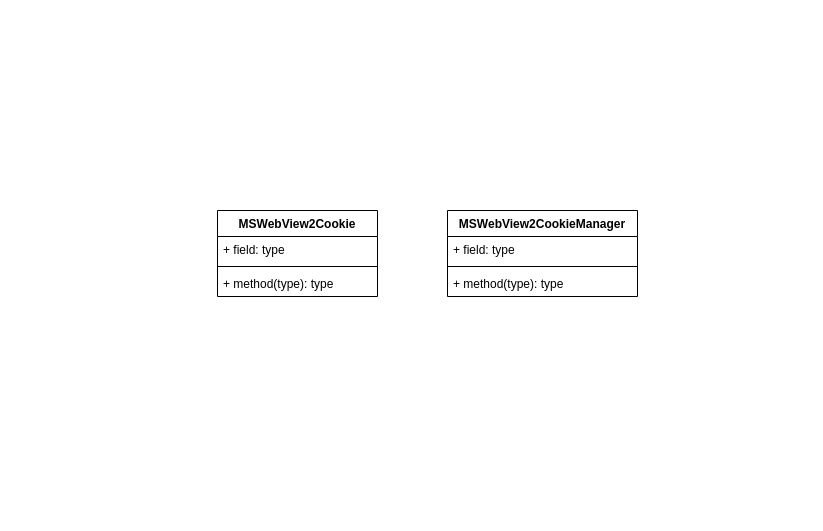
SamuelQZQ/skynet keeps this draw.io diagram as Untitled Diagram.drawio. Above is the earlier version. Source tidied: cells renumbered, new cells numbered last; positions are measured from the earlier drawing's top-left corner, leaving out a move shared by most shapes. Both pictures are drawn from the tidied source at 100%, with x=0, y=0 at pixel (217, 210).
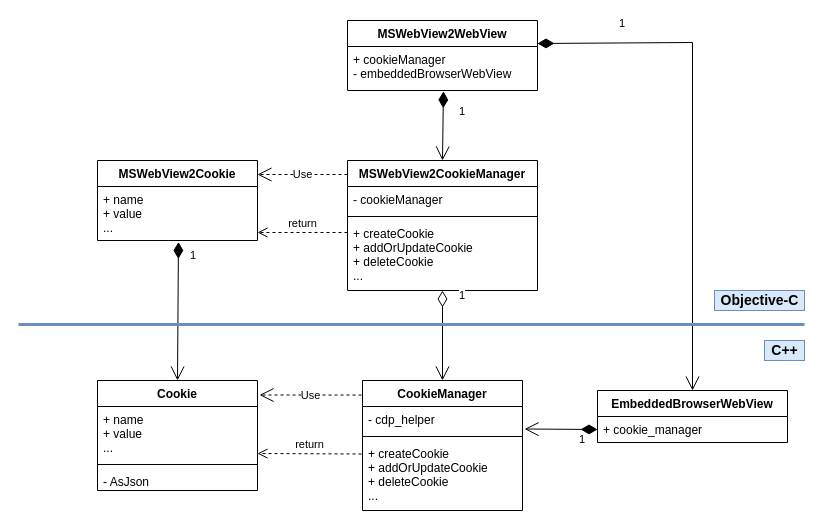
After the change.

Commit message:
WebView2 Cookie API.drawio

What changed in the source:
```diff
@@
     <mxCell id="2" value="MSWebView2Cookie" style="swimlane;fontStyle=1;align=center;verticalAlign=top;horizontal=1;startSize=26;" parent="1" vertex="1">
-      <mxGeometry width="160" height="86" as="geometry" />
+      <mxGeometry x="-120" y="-50" width="160" height="80" as="geometry" />
     </mxCell>
-    <mxCell id="3" value="+ field: type" style="text;strokeColor=none;fillColor=none;align=left;verticalAlign=top;spacingLeft=4;spacingRight=4;overflow=hidden;points=[[0,0.5],[1,0.5]];portConstraint=eastwest;" parent="2" vertex="1">
-      <mxGeometry y="26" width="160" height="26" as="geometry" />
+    <mxCell id="3" value="+ name&#10;+ value&#10;..." style="text;strokeColor=none;fillColor=none;align=left;verticalAlign=top;spacingLeft=4;spacingRight=4;overflow=hidden;points=[[0,0.5],[1,0.5]];portConstraint=eastwest;" parent="2" vertex="1">
+      <mxGeometry y="26" width="160" height="54" as="geometry" />
     </mxCell>
-    <mxCell id="4" style="line;strokeWidth=1;fillColor=none;align=left;verticalAlign=middle;spacingTop=-1;spacingLeft=3;spacingRight=3;labelPosition=right;" parent="2" vertex="1">
-      <mxGeometry y="52" width="160" height="8" as="geometry" />
-    </mxCell>
-    <mxCell id="5" value="+ method(type): type" style="text;strokeColor=none;fillColor=none;align=left;verticalAlign=top;spacingLeft=4;spacingRight=4;overflow=hidden;" parent="2" vertex="1">
-      <mxGeometry y="60" width="160" height="26" as="geometry" />
-    </mxCell>
     <mxCell id="6" value="MSWebView2CookieManager" style="swimlane;fontStyle=1;align=center;verticalAlign=top;horizontal=1;startSize=26;" parent="1" vertex="1">
-      <mxGeometry x="230" width="190" height="86" as="geometry" />
+      <mxGeometry x="130" y="-50" width="190" height="130" as="geometry" />
     </mxCell>
-    <mxCell id="7" value="+ field: type" style="text;strokeColor=none;fillColor=none;align=left;verticalAlign=top;spacingLeft=4;spacingRight=4;overflow=hidden;" parent="6" vertex="1">
+    <mxCell id="7" value="- cookieManager" style="text;strokeColor=none;fillColor=none;align=left;verticalAlign=top;spacingLeft=4;spacingRight=4;overflow=hidden;" parent="6" vertex="1">
       <mxGeometry y="26" width="190" height="26" as="geometry" />
     </mxCell>
@@
-    <mxCell id="9" value="+ method(type): type" style="text;strokeColor=none;fillColor=none;align=left;verticalAlign=top;spacingLeft=4;spacingRight=4;overflow=hidden;" parent="6" vertex="1">
-      <mxGeometry y="60" width="190" height="26" as="geometry" />
+    <mxCell id="9" value="+ createCookie&#10;+ addOrUpdateCookie&#10;+ deleteCookie&#10;..." style="text;strokeColor=none;fillColor=none;align=left;verticalAlign=top;spacingLeft=4;spacingRight=4;overflow=hidden;" parent="6" vertex="1">
+      <mxGeometry y="60" width="190" height="70" as="geometry" />
     </mxCell>
+    <mxCell id="10" value="Cookie" style="swimlane;fontStyle=1;align=center;verticalAlign=top;horizontal=1;startSize=26;" parent="1" vertex="1">
+      <mxGeometry x="-120" y="170" width="160" height="110" as="geometry" />
+    </mxCell>
+    <mxCell id="11" value="+ name&#10;+ value&#10;..." style="text;strokeColor=none;fillColor=none;align=left;verticalAlign=top;spacingLeft=4;spacingRight=4;overflow=hidden;" parent="10" vertex="1">
+      <mxGeometry y="26" width="160" height="54" as="geometry" />
+    </mxCell>
+    <mxCell id="12" style="line;strokeWidth=1;fillColor=none;align=left;verticalAlign=middle;spacingTop=-1;spacingLeft=3;spacingRight=3;labelPosition=right;" parent="10" vertex="1">
+      <mxGeometry y="80" width="160" height="8" as="geometry" />
+    </mxCell>
+    <mxCell id="13" value="- AsJson" style="text;strokeColor=none;fillColor=none;align=left;verticalAlign=top;spacingLeft=4;spacingRight=4;overflow=hidden;" parent="10" vertex="1">
+      <mxGeometry y="88" width="160" height="22" as="geometry" />
+    </mxCell>
+    <mxCell id="14" value="CookieManager" style="swimlane;fontStyle=1;align=center;verticalAlign=top;horizontal=1;startSize=26;" parent="1" vertex="1">
+      <mxGeometry x="145" y="170" width="160" height="130" as="geometry" />
+    </mxCell>
+    <mxCell id="15" value="- cdp_helper" style="text;strokeColor=none;fillColor=none;align=left;verticalAlign=top;spacingLeft=4;spacingRight=4;overflow=hidden;points=[[0,0.5],[1,0.5]];portConstraint=eastwest;" parent="14" vertex="1">
+      <mxGeometry y="26" width="160" height="26" as="geometry" />
+    </mxCell>
+    <mxCell id="4" style="line;strokeWidth=1;fillColor=none;align=left;verticalAlign=middle;spacingTop=-1;spacingLeft=3;spacingRight=3;labelPosition=right;" parent="14" vertex="1">
+      <mxGeometry y="52" width="160" height="8" as="geometry" />
+    </mxCell>
+    <mxCell id="16" value="+ createCookie&#10;+ addOrUpdateCookie&#10;+ deleteCookie&#10;..." style="text;strokeColor=none;fillColor=none;align=left;verticalAlign=top;spacingLeft=4;spacingRight=4;overflow=hidden;points=[[0,0.5],[1,0.5]];portConstraint=eastwest;" parent="14" vertex="1">
+      <mxGeometry y="60" width="160" height="70" as="geometry" />
+    </mxCell>
+    <mxCell id="17" value="1" style="endArrow=open;html=1;endSize=12;startArrow=diamondThin;startSize=14;startFill=1;align=left;verticalAlign=bottom;rounded=0;entryX=0.5;entryY=0;entryDx=0;entryDy=0;exitX=0.506;exitY=1.028;exitDx=0;exitDy=0;exitPerimeter=0;" parent="1" edge="1" source="3" target="10">
+      <mxGeometry x="-0.68" y="10" relative="1" as="geometry" />
+    </mxCell>
+    <mxCell id="18" value="1" style="endArrow=open;html=1;endSize=12;startArrow=diamondThin;startSize=14;startFill=0;align=left;verticalAlign=bottom;rounded=0;entryX=0.5;entryY=0;entryDx=0;entryDy=0;" parent="1" edge="1" target="14">
+      <mxGeometry x="-0.69" y="15" relative="1" as="geometry">
+        <mxPoint x="225" y="80" as="sourcePoint" />
+      </mxGeometry>
+    </mxCell>
+    <mxCell id="19" value="MSWebView2WebView" style="swimlane;fontStyle=1;align=center;verticalAlign=top;horizontal=1;startSize=26;" parent="1" vertex="1">
+      <mxGeometry x="130" y="-190" width="190" height="70" as="geometry" />
+    </mxCell>
+    <mxCell id="20" value="+ cookieManager&#10;- embeddedBrowserWebView" style="text;strokeColor=none;fillColor=none;align=left;verticalAlign=top;spacingLeft=4;spacingRight=4;overflow=hidden;points=[[0,0.5],[1,0.5]];portConstraint=eastwest;" parent="19" vertex="1">
+      <mxGeometry y="26" width="190" height="44" as="geometry" />
+    </mxCell>
+    <mxCell id="21" value="1" style="endArrow=open;html=1;endSize=12;startArrow=diamondThin;startSize=14;startFill=1;align=left;verticalAlign=bottom;rounded=0;entryX=0.5;entryY=0;entryDx=0;entryDy=0;exitX=0.505;exitY=1.019;exitDx=0;exitDy=0;exitPerimeter=0;" parent="1" edge="1" source="20" target="6">
+      <mxGeometry x="-0.16" y="14" relative="1" as="geometry" />
+    </mxCell>
+    <mxCell id="22" value="EmbeddedBrowserWebView" style="swimlane;fontStyle=1;align=center;verticalAlign=top;horizontal=1;startSize=26;" parent="1" vertex="1">
+      <mxGeometry x="380" y="180" width="190" height="52" as="geometry" />
+    </mxCell>
+    <mxCell id="23" value="+ cookie_manager" style="text;strokeColor=none;fillColor=none;align=left;verticalAlign=top;spacingLeft=4;spacingRight=4;overflow=hidden;points=[[0,0.5],[1,0.5]];portConstraint=eastwest;" parent="22" vertex="1">
+      <mxGeometry y="26" width="190" height="26" as="geometry" />
+    </mxCell>
+    <mxCell id="24" value="1" style="endArrow=open;html=1;endSize=12;startArrow=diamondThin;startSize=14;startFill=1;align=left;verticalAlign=bottom;rounded=0;entryX=0.5;entryY=0;entryDx=0;entryDy=0;exitX=1;exitY=0.5;exitDx=0;exitDy=0;" parent="1" edge="1" target="22">
+      <mxGeometry x="-0.68" y="10" relative="1" as="geometry">
+        <mxPoint x="320" y="-167" as="sourcePoint" />
+        <Array as="points">
+          <mxPoint x="475" y="-168" />
+        </Array>
+      </mxGeometry>
+    </mxCell>
+    <mxCell id="25" value="1" style="endArrow=open;html=1;endSize=12;startArrow=diamondThin;startSize=14;startFill=1;align=left;verticalAlign=bottom;rounded=0;exitX=0;exitY=0.5;exitDx=0;exitDy=0;entryX=1.013;entryY=0.865;entryDx=0;entryDy=0;entryPerimeter=0;" parent="1" edge="1" source="23" target="15">
+      <mxGeometry x="-0.44" y="19" relative="1" as="geometry" />
+    </mxCell>
+    <mxCell id="26" value="Use" style="endArrow=open;endSize=12;dashed=1;html=1;rounded=0;" parent="1" edge="1">
+      <mxGeometry relative="1" as="geometry">
+        <mxPoint x="130" y="-36" as="sourcePoint" />
+        <mxPoint x="40" y="-36" as="targetPoint" />
+      </mxGeometry>
+    </mxCell>
+    <mxCell id="27" value="return" style="html=1;verticalAlign=bottom;endArrow=open;dashed=1;endSize=8;rounded=0;" parent="1" edge="1">
+      <mxGeometry relative="1" as="geometry">
+        <mxPoint x="130" y="22" as="sourcePoint" />
+        <mxPoint x="40" y="22" as="targetPoint" />
+      </mxGeometry>
+    </mxCell>
+    <mxCell id="28" value="Use" style="endArrow=open;endSize=12;dashed=1;html=1;rounded=0;entryX=1.013;entryY=0.132;entryDx=0;entryDy=0;entryPerimeter=0;exitX=-0.006;exitY=0.112;exitDx=0;exitDy=0;exitPerimeter=0;" parent="1" edge="1" source="14" target="10">
+      <mxGeometry relative="1" as="geometry" />
+    </mxCell>
+    <mxCell id="29" value="return" style="html=1;verticalAlign=bottom;endArrow=open;dashed=1;endSize=8;rounded=0;exitX=-0.006;exitY=0.193;exitDx=0;exitDy=0;exitPerimeter=0;" parent="1" edge="1" source="16">
+      <mxGeometry relative="1" as="geometry">
+        <mxPoint x="40" y="243" as="targetPoint" />
+      </mxGeometry>
+    </mxCell>
+    <mxCell id="30" style="line;strokeWidth=3;align=left;verticalAlign=middle;spacingTop=-1;spacingLeft=3;spacingRight=3;labelPosition=right;fillColor=#dae8fc;strokeColor=#6c8ebf;" parent="1" vertex="1">
+      <mxGeometry x="-199" y="110" width="786" height="8" as="geometry" />
+    </mxCell>
+    <mxCell id="31" value="&lt;font style=&quot;font-size: 14px&quot;&gt;&lt;b&gt;Objective-C&lt;/b&gt;&lt;/font&gt;" style="text;html=1;align=center;verticalAlign=middle;strokeColor=#6c8ebf;fillColor=#dae8fc;" parent="1" vertex="1">
+      <mxGeometry x="497" y="80" width="90" height="20" as="geometry" />
+    </mxCell>
+    <mxCell id="32" value="&lt;font style=&quot;font-size: 14px&quot;&gt;&lt;b&gt;C++&lt;/b&gt;&lt;/font&gt;" style="text;html=1;align=center;verticalAlign=middle;strokeColor=#6c8ebf;fillColor=#dae8fc;" parent="1" vertex="1">
+      <mxGeometry x="547" y="130" width="40" height="20" as="geometry" />
+    </mxCell>
```
